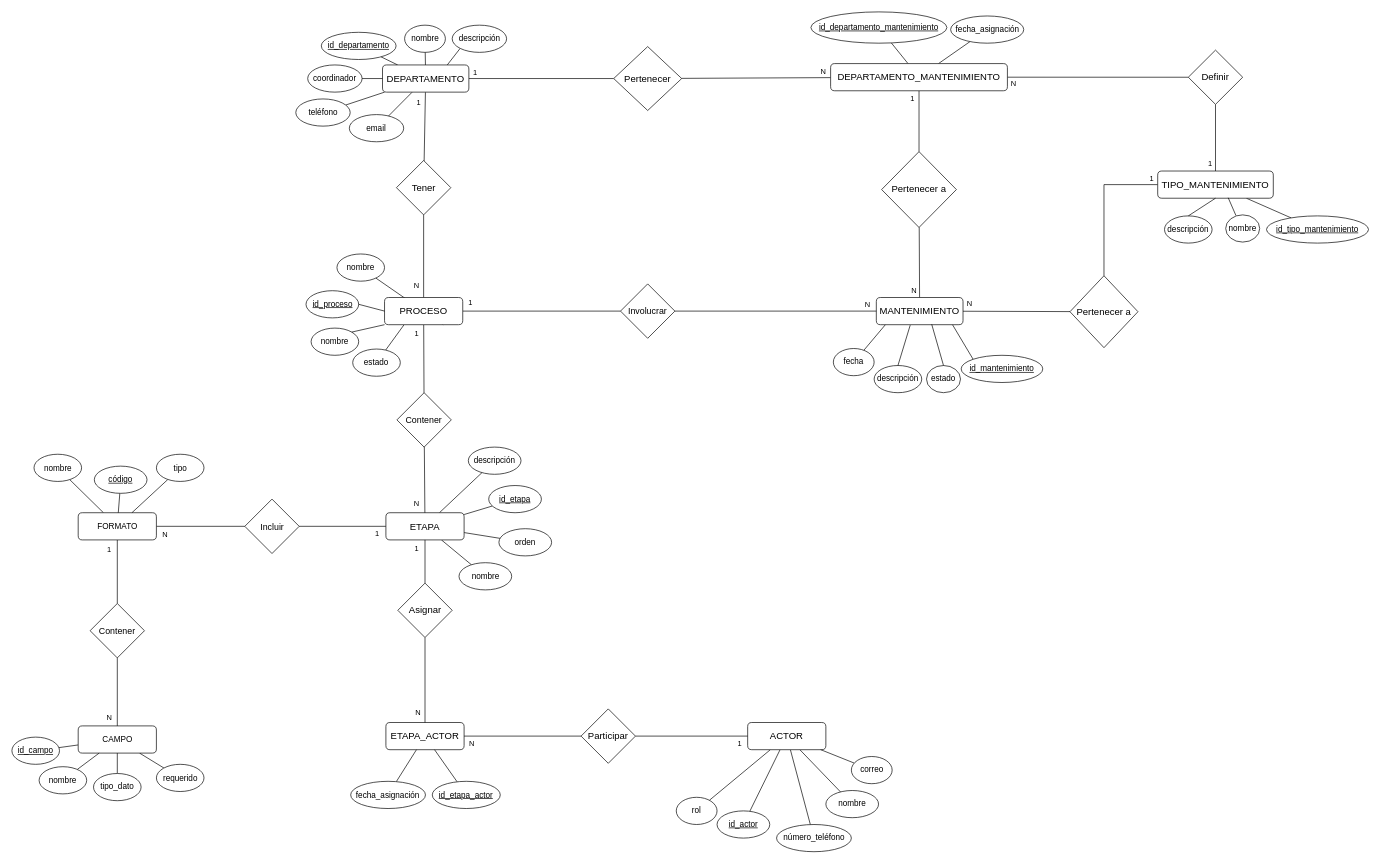
Before: E-R model.drawio in DevKike/maintenance_management_system, a draw.io diagram. Source tidied: cells renumbered, new cells numbered last; positions are measured from the earlier drawing's top-left corner, leaving out a move shared by most shapes. Both pictures are drawn from the tidied source at 68%, with x=0, y=0 at pixel (12, 12).
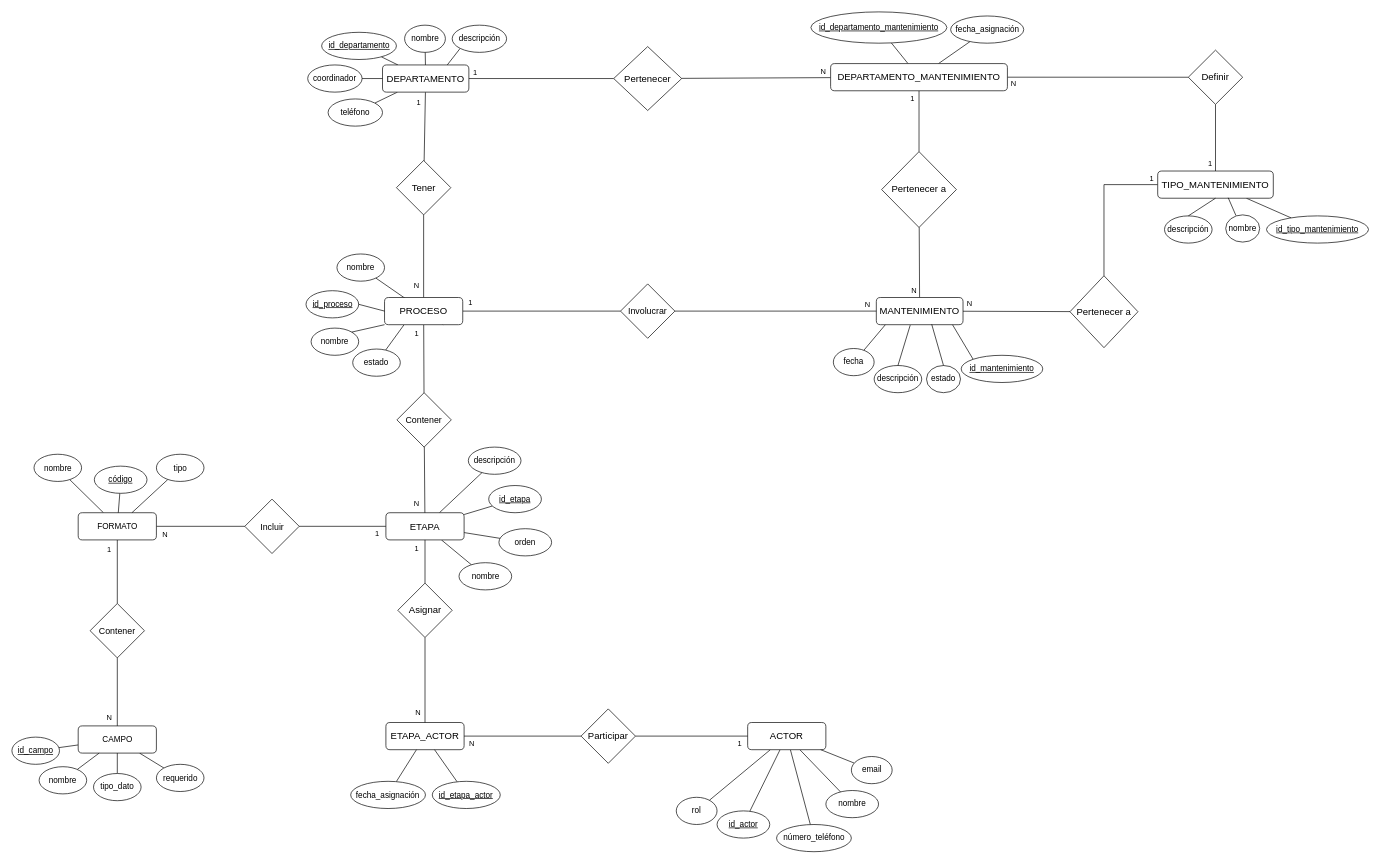
The same page after the edit.

Commit message:
Feat: update an attribute on department entitie

The change refers to these unchanged cells:
```xml
<mxCell id="9" value="&lt;font style=&quot;font-size: 14px;&quot;&gt;DEPARTAMENTO&lt;/font&gt;" style="whiteSpace=wrap;html=1;align=center;rounded=1;" parent="1" vertex="1">
  <mxGeometry x="545" y="78" width="127" height="40" as="geometry" />
</mxCell>
```

The edit, as a diff of the source:
```diff
@@
-    <mxCell id="7" style="edgeStyle=none;shape=connector;rounded=0;jettySize=auto;html=1;strokeColor=default;align=center;verticalAlign=middle;fontFamily=Helvetica;fontSize=11;fontColor=default;labelBackgroundColor=default;endArrow=none;endFill=0;" parent="1" edge="1" source="9" target="52">
-      <mxGeometry relative="1" as="geometry" />
-    </mxCell>
@@
     <mxCell id="11" value="id_departamento" style="ellipse;whiteSpace=wrap;html=1;align=center;fontStyle=4;" parent="1" vertex="1">
-      <mxGeometry x="455" y="30" width="110" height="40" as="geometry" />
+      <mxGeometry x="455.5" y="30" width="110" height="40" as="geometry" />
     </mxCell>
@@
-    <mxCell id="52" value="email" style="ellipse;whiteSpace=wrap;html=1;align=center;" parent="1" vertex="1">
-      <mxGeometry x="496.2" y="151" width="80" height="40" as="geometry" />
-    </mxCell>
     <mxCell id="53" value="teléfono" style="ellipse;whiteSpace=wrap;html=1;align=center;" parent="1" vertex="1">
-      <mxGeometry x="417.5" y="128" width="80" height="40" as="geometry" />
+      <mxGeometry x="465" y="128" width="80" height="40" as="geometry" />
     </mxCell>
@@
-    <mxCell id="82" value="correo" style="ellipse;whiteSpace=wrap;html=1;align=center;" parent="1" vertex="1">
+    <mxCell id="82" value="email" style="ellipse;whiteSpace=wrap;html=1;align=center;" parent="1" vertex="1">
       <mxGeometry x="1234.5" y="1095" width="60" height="40" as="geometry" />
     </mxCell>
```
